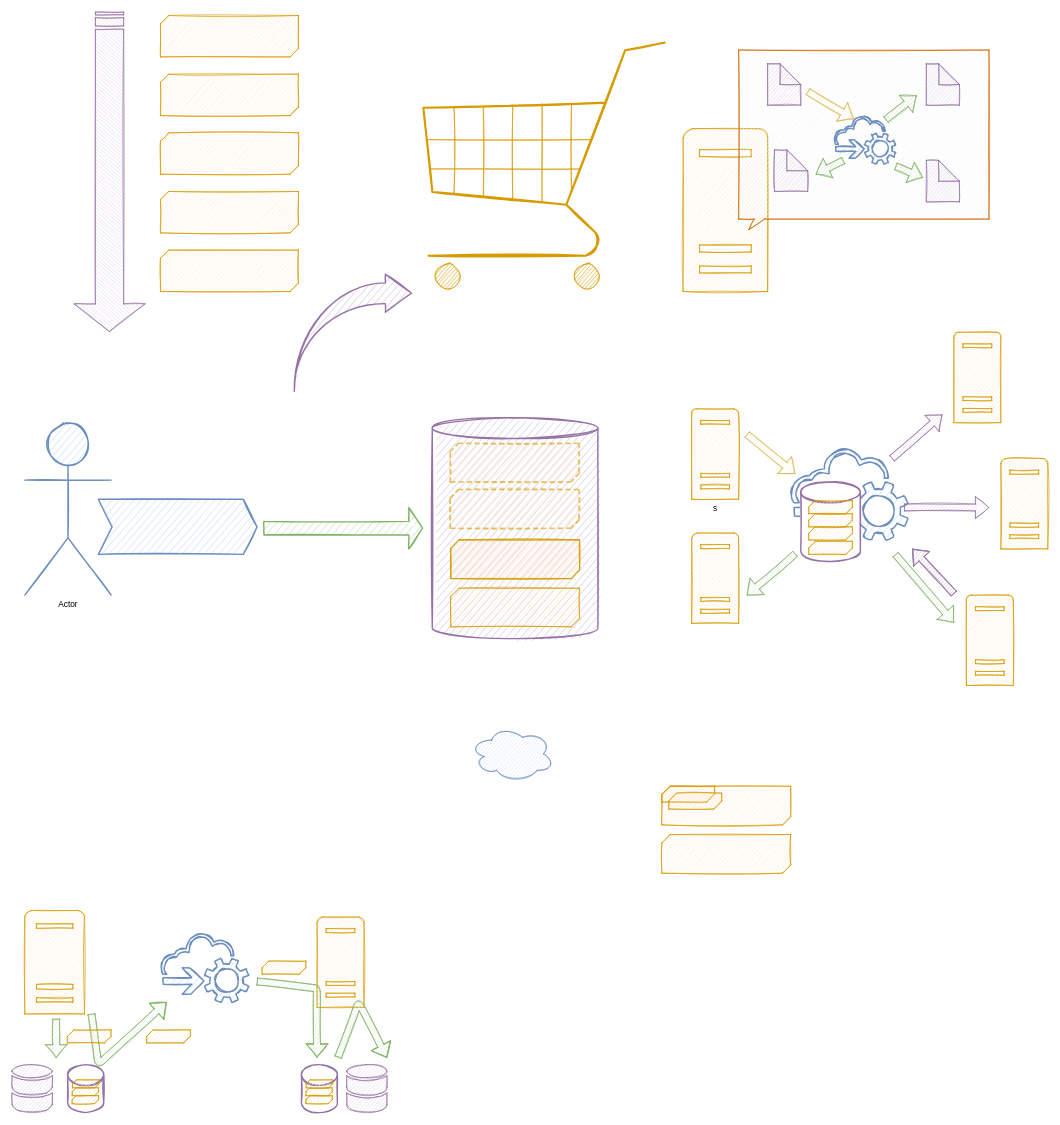
Earlier version of the draw.io diagram assets/Messaging.drawio (oskardudycz/EventSourcing.NetCore). Source tidied: cells renumbered, new cells numbered last; positions are measured from the earlier drawing's top-left corner, leaving out a move shared by most shapes. Both pictures are drawn from the tidied source at 69%, with x=0, y=0 at pixel (-50, 15).
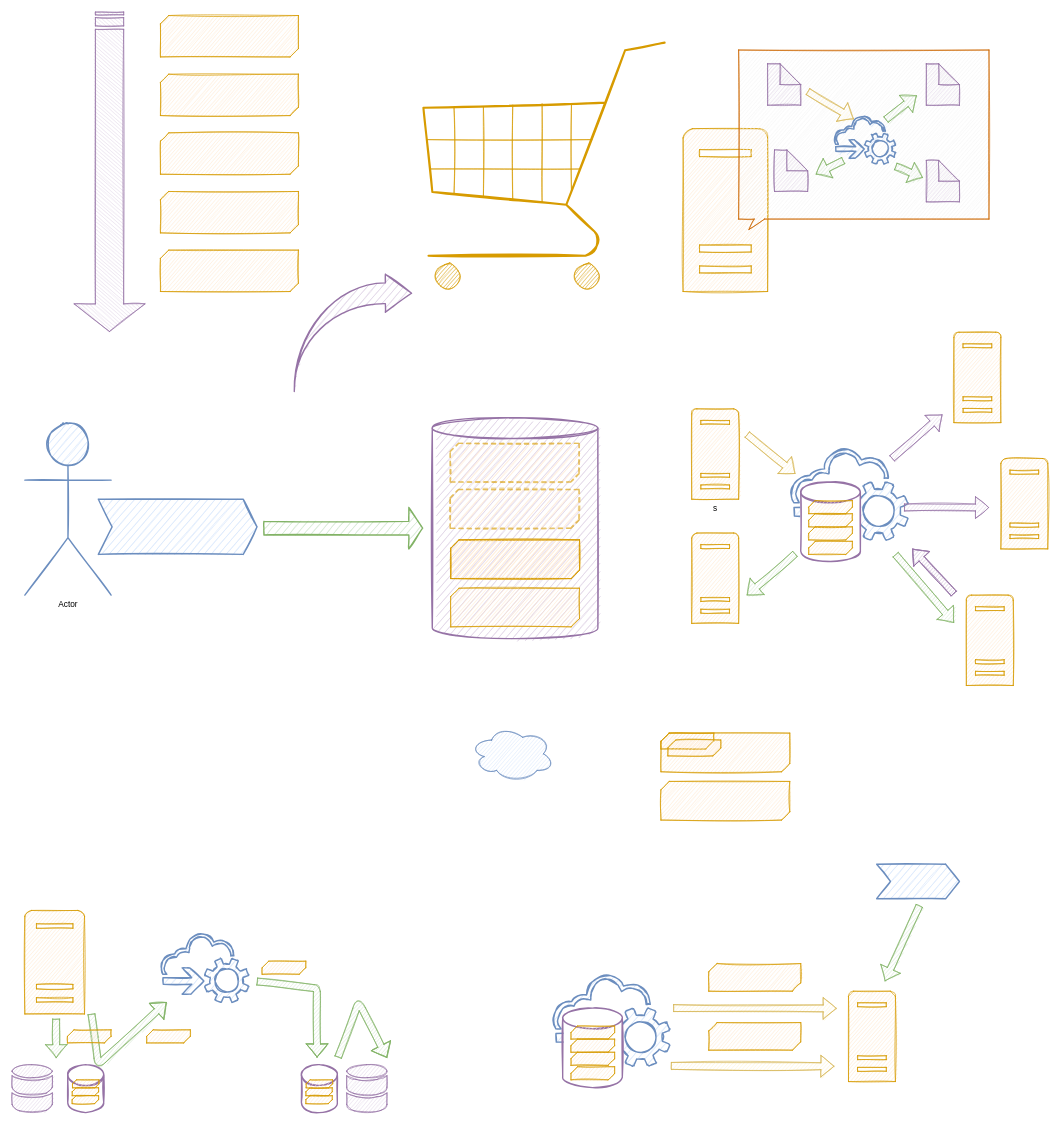
After the change.

What changed in the source:
```diff
@@
     <mxCell id="46" style="verticalLabelPosition=bottom;verticalAlign=top;html=1;shape=mxgraph.basic.diag_snip_rect;dx=6;shadow=0;sketch=1;fillColor=#ffe6cc;strokeColor=#d79b00;" parent="1" vertex="1">
-      <mxGeometry x="1031.7" y="1187" width="186.7" height="56" as="geometry" />
+      <mxGeometry x="1030.4" y="1110" width="186.7" height="56" as="geometry" />
     </mxCell>
     <mxCell id="47" style="verticalLabelPosition=bottom;verticalAlign=top;html=1;shape=mxgraph.basic.diag_snip_rect;dx=6;shadow=0;sketch=1;fillColor=#ffe6cc;strokeColor=#d79b00;" parent="1" vertex="1">
-      <mxGeometry x="1031.7" y="1117" width="186.7" height="56" as="geometry" />
+      <mxGeometry x="1030.4" y="1040" width="186.7" height="56" as="geometry" />
     </mxCell>
     <mxCell id="48" style="verticalLabelPosition=bottom;verticalAlign=top;html=1;shape=mxgraph.basic.diag_snip_rect;dx=6;shadow=0;sketch=1;fillColor=#ffe6cc;strokeColor=#d79b00;" parent="1" vertex="1">
-      <mxGeometry x="1031.7" y="1117" width="76.7" height="23" as="geometry" />
+      <mxGeometry x="1030.4" y="1040" width="76.7" height="23" as="geometry" />
     </mxCell>
@@
     <mxCell id="50" style="verticalLabelPosition=bottom;verticalAlign=top;html=1;shape=mxgraph.basic.diag_snip_rect;dx=6;shadow=0;sketch=1;fillColor=#ffe6cc;strokeColor=#d79b00;" parent="1" vertex="1">
-      <mxGeometry x="1041.7" y="1127" width="76.7" height="23" as="geometry" />
+      <mxGeometry x="1040.4" y="1050" width="76.7" height="23" as="geometry" />
     </mxCell>
@@
     <mxCell id="56" style="shadow=0;dashed=0;html=1;labelPosition=center;verticalLabelPosition=bottom;verticalAlign=top;align=center;shape=mxgraph.office.servers.server_generic;sketch=1;strokeWidth=1;strokeColor=#d79b00;fillColor=#ffe6cc;" parent="1" vertex="1">
-      <mxGeometry x="532" y="1306.5" width="68" height="131" as="geometry" />
+      <mxGeometry x="1302.2" y="1414" width="68" height="131" as="geometry" />
     </mxCell>
@@
+    <mxCell id="75" style="shadow=0;dashed=0;html=1;strokeColor=#6c8ebf;fillColor=#dae8fc;labelPosition=center;verticalLabelPosition=bottom;verticalAlign=top;align=center;shape=mxgraph.office.clouds.cloud_service_request;sketch=1;strokeWidth=2;" parent="1" vertex="1">
+      <mxGeometry x="873.3" y="1389.5" width="169.6" height="133" as="geometry" />
+    </mxCell>
+    <mxCell id="76" style="shape=cylinder3;whiteSpace=wrap;html=1;boundedLbl=1;backgroundOutline=1;size=15;shadow=0;sketch=1;strokeWidth=2;strokeColor=#9673a6;fillColor=#FFFFFF;" parent="1" vertex="1">
+      <mxGeometry x="888" y="1438.5" width="86.4" height="115.2" as="geometry" />
+    </mxCell>
+    <mxCell id="77" style="verticalLabelPosition=bottom;verticalAlign=top;html=1;shape=mxgraph.basic.diag_snip_rect;dx=6;shadow=0;sketch=1;fillColor=#ffe6cc;strokeColor=#d79b00;" parent="1" vertex="1">
+      <mxGeometry x="900" y="1464.5" width="63.3" height="19" as="geometry" />
+    </mxCell>
+    <mxCell id="78" style="verticalLabelPosition=bottom;verticalAlign=top;html=1;shape=mxgraph.basic.diag_snip_rect;dx=6;shadow=0;sketch=1;fillColor=#ffe6cc;strokeColor=#d79b00;" parent="1" vertex="1">
+      <mxGeometry x="900" y="1483.5" width="63.3" height="19" as="geometry" />
+    </mxCell>
+    <mxCell id="79" style="verticalLabelPosition=bottom;verticalAlign=top;html=1;shape=mxgraph.basic.diag_snip_rect;dx=6;shadow=0;sketch=1;fillColor=#ffe6cc;strokeColor=#d79b00;" parent="1" vertex="1">
+      <mxGeometry x="900" y="1502.5" width="63.3" height="19" as="geometry" />
+    </mxCell>
+    <mxCell id="80" style="verticalLabelPosition=bottom;verticalAlign=top;html=1;shape=mxgraph.basic.diag_snip_rect;dx=6;shadow=0;sketch=1;fillColor=#ffe6cc;strokeColor=#d79b00;" parent="1" vertex="1">
+      <mxGeometry x="900" y="1523.5" width="63.3" height="19" as="geometry" />
+    </mxCell>
+    <mxCell id="81" style="shape=flexArrow;endArrow=classic;html=1;fillColor=#fff2cc;strokeColor=#d6b656;sketch=1;" parent="1" edge="1">
+      <mxGeometry relative="1" as="geometry">
+        <mxPoint x="1048.3" y="1438.5" as="sourcePoint" />
+        <mxPoint x="1285" y="1439" as="targetPoint" />
+      </mxGeometry>
+    </mxCell>
+    <mxCell id="82" style="shape=step;perimeter=stepPerimeter;whiteSpace=wrap;html=1;fixedSize=1;sketch=1;strokeWidth=2;fillColor=#dae8fc;strokeColor=#6c8ebf;" parent="1" vertex="1">
+      <mxGeometry x="1343" y="1230" width="120" height="50" as="geometry" />
+    </mxCell>
+    <mxCell id="83" style="shape=flexArrow;endArrow=classic;html=1;fillColor=#d5e8d4;strokeColor=#82b366;sketch=1;" parent="1" edge="1">
+      <mxGeometry relative="1" as="geometry">
+        <mxPoint x="1405" y="1290" as="sourcePoint" />
+        <mxPoint x="1355" y="1399.4" as="targetPoint" />
+      </mxGeometry>
+    </mxCell>
+    <mxCell id="84" style="verticalLabelPosition=bottom;verticalAlign=top;html=1;shape=mxgraph.basic.diag_snip_rect;dx=6;shadow=0;sketch=1;fillColor=#ffe6cc;strokeColor=#d79b00;" parent="1" vertex="1">
+      <mxGeometry x="1099.7" y="1374" width="133.3" height="40" as="geometry" />
+    </mxCell>
+    <mxCell id="85" style="verticalLabelPosition=bottom;verticalAlign=top;html=1;shape=mxgraph.basic.diag_snip_rect;dx=6;shadow=0;sketch=1;fillColor=#ffe6cc;strokeColor=#d79b00;" parent="1" vertex="1">
+      <mxGeometry x="1099.7" y="1459.5" width="133.3" height="40" as="geometry" />
+    </mxCell>
+    <mxCell id="86" style="shape=flexArrow;endArrow=classic;html=1;fillColor=#fff2cc;strokeColor=#d6b656;sketch=1;" parent="1" edge="1">
+      <mxGeometry relative="1" as="geometry">
+        <mxPoint x="1045" y="1522.3" as="sourcePoint" />
+        <mxPoint x="1281.7" y="1522.8" as="targetPoint" />
+      </mxGeometry>
+    </mxCell>
```
